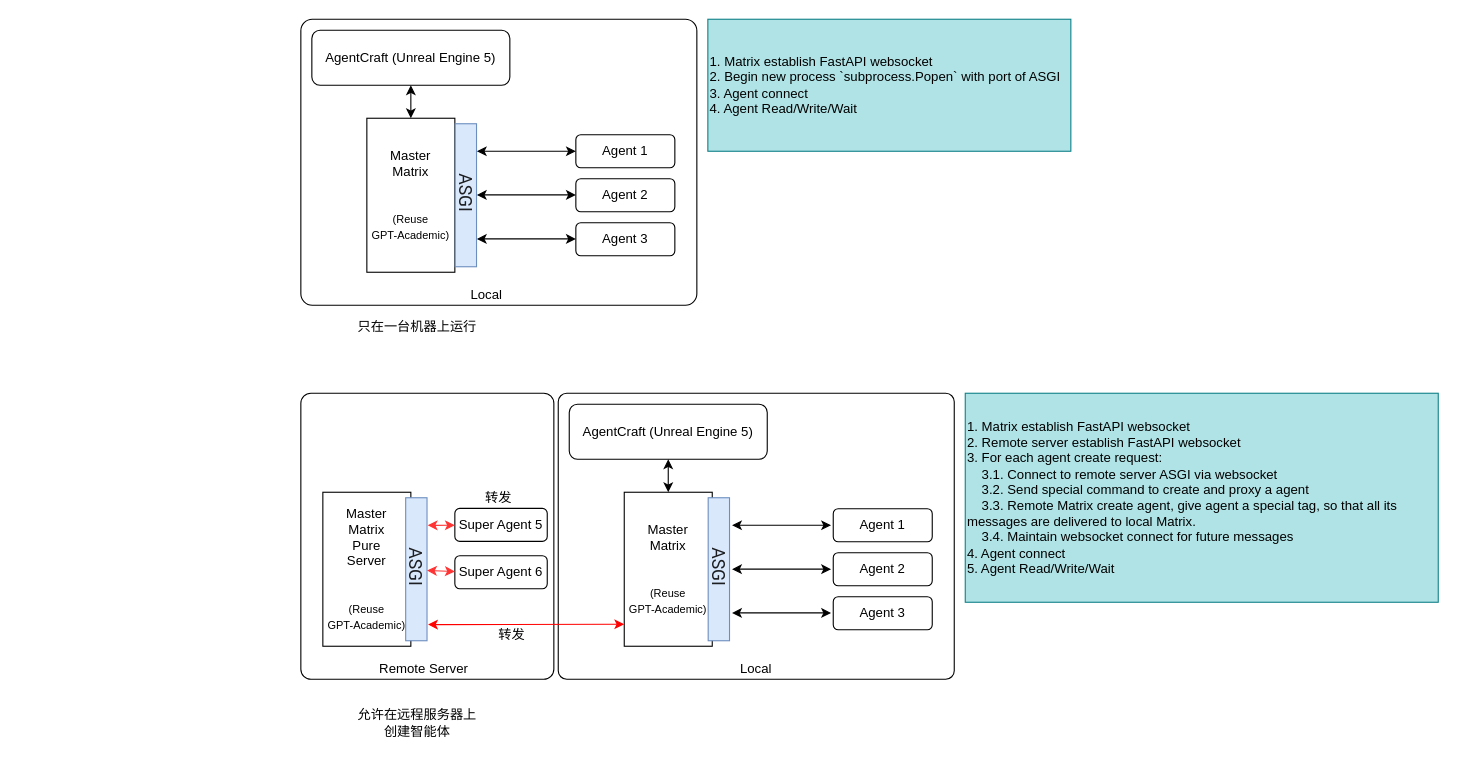
Above: agent-matrix.drawio in CAS-YiTeam/agent-matrix (draw.io), before the change. Source tidied: cells renumbered, new cells numbered last; positions are measured from the earlier drawing's top-left corner, leaving out a move shared by most shapes. Both pictures are drawn from the tidied source at 110%, with x=0, y=0 at pixel (300, 19).
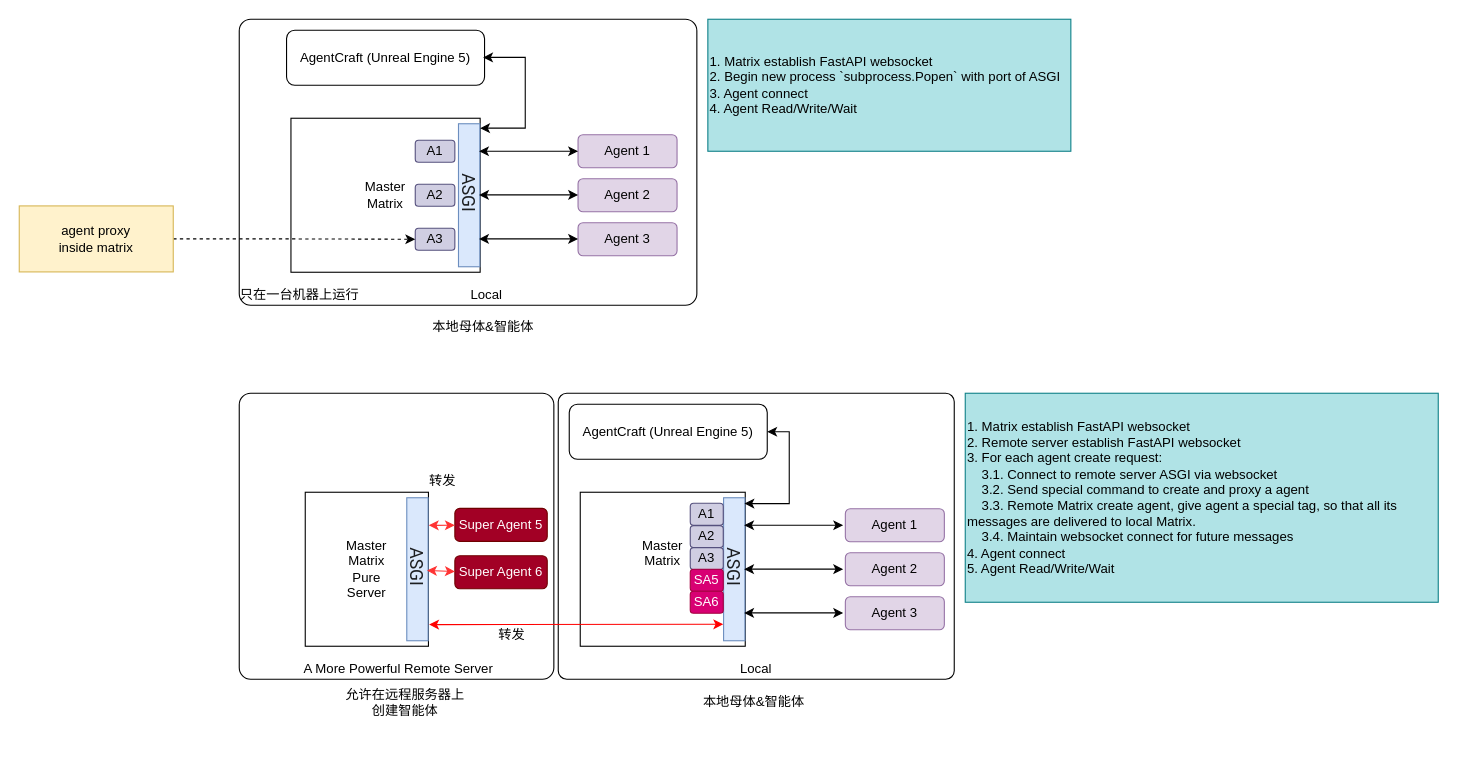
Above is the later version.

Unchanged cells that the change refers to:
```xml
<mxCell id="22" value="AgentCraft (Unreal Engine 5)" style="rounded=1;whiteSpace=wrap;html=1;" parent="1" vertex="1">
  <mxGeometry x="244" y="350" width="180" height="50" as="geometry" />
</mxCell>
```

Diff of the diagram source:
```diff
@@
     <mxCell id="2" style="rounded=1;whiteSpace=wrap;html=1;arcSize=4;" parent="1" vertex="1">
-      <mxGeometry width="360" height="260" as="geometry" />
+      <mxGeometry x="-56" width="416" height="260" as="geometry" />
     </mxCell>
-    <mxCell id="3" value="Agent 1" style="rounded=1;whiteSpace=wrap;html=1;" parent="1" vertex="1">
-      <mxGeometry x="250" y="105" width="90" height="30" as="geometry" />
+    <mxCell id="3" value="Agent 1" style="rounded=1;whiteSpace=wrap;html=1;fillColor=#e1d5e7;strokeColor=#9673a6;" parent="1" vertex="1">
+      <mxGeometry x="252" y="105" width="90" height="30" as="geometry" />
     </mxCell>
-    <mxCell id="4" value="Agent 2" style="rounded=1;whiteSpace=wrap;html=1;" parent="1" vertex="1">
-      <mxGeometry x="250" y="145" width="90" height="30" as="geometry" />
+    <mxCell id="4" value="Agent 2" style="rounded=1;whiteSpace=wrap;html=1;fillColor=#e1d5e7;strokeColor=#9673a6;" parent="1" vertex="1">
+      <mxGeometry x="252" y="145" width="90" height="30" as="geometry" />
     </mxCell>
-    <mxCell id="5" value="Agent 3" style="rounded=1;whiteSpace=wrap;html=1;" parent="1" vertex="1">
-      <mxGeometry x="250" y="185" width="90" height="30" as="geometry" />
+    <mxCell id="5" value="Agent 3" style="rounded=1;whiteSpace=wrap;html=1;fillColor=#e1d5e7;strokeColor=#9673a6;" parent="1" vertex="1">
+      <mxGeometry x="252" y="185" width="90" height="30" as="geometry" />
     </mxCell>
@@
-    <mxCell id="7" value="Master&lt;br&gt;Matrix&lt;br&gt;&lt;br&gt;&lt;br&gt;&lt;font style=&quot;font-size: 10px;&quot;&gt;(Reuse &lt;br&gt;GPT-Academic)&lt;/font&gt;" style="rounded=1;whiteSpace=wrap;html=1;arcSize=0;" parent="1" vertex="1">
-      <mxGeometry x="60" y="90" width="80" height="140" as="geometry" />
+    <mxCell id="7" value="Master&lt;br&gt;Matrix" style="rounded=1;whiteSpace=wrap;html=1;arcSize=0;" parent="1" vertex="1">
+      <mxGeometry x="-9" y="90" width="172" height="140" as="geometry" />
     </mxCell>
     <mxCell id="8" value="AgentCraft (Unreal Engine 5)" style="rounded=1;whiteSpace=wrap;html=1;" parent="1" vertex="1">
-      <mxGeometry x="10" y="10" width="180" height="50" as="geometry" />
+      <mxGeometry x="-13" y="10" width="180" height="50" as="geometry" />
     </mxCell>
-    <mxCell id="9" style="endArrow=classic;startArrow=classic;html=1;rounded=0;exitX=0.5;exitY=0;exitDx=0;exitDy=0;entryX=0.5;entryY=1;entryDx=0;entryDy=0;" parent="1" edge="1" source="7" target="8">
-      <mxGeometry relative="1" as="geometry" />
-    </mxCell>
     <mxCell id="10" value="&lt;span style=&quot;color: rgba(0, 0, 0, 0.87); font-family: Roboto, -apple-system, BlinkMacSystemFont, Helvetica, Arial, sans-serif; font-size: 16px; font-style: normal; font-variant-ligatures: normal; font-variant-caps: normal; font-weight: 400; letter-spacing: normal; orphans: 2; text-indent: 0px; text-transform: none; widows: 2; word-spacing: 0px; -webkit-text-stroke-width: 0px; text-decoration-thickness: initial; text-decoration-style: initial; text-decoration-color: initial; float: none; display: inline !important;&quot;&gt;ASGI&lt;span&gt;&amp;nbsp;&lt;/span&gt;&lt;/span&gt;" style="text;whiteSpace=wrap;html=1;align=center;fillColor=#dae8fc;strokeColor=#6c8ebf;rotation=90;verticalAlign=middle;labelBackgroundColor=none;" parent="1" vertex="1">
-      <mxGeometry x="85" y="150.3" width="130" height="19.4" as="geometry" />
+      <mxGeometry x="88" y="150.3" width="130" height="19.4" as="geometry" />
     </mxCell>
     <mxCell id="11" style="endArrow=classic;startArrow=classic;html=1;rounded=0;" parent="1" edge="1">
       <mxGeometry relative="1" as="geometry">
-        <mxPoint x="250" y="120" as="sourcePoint" />
-        <mxPoint x="160" y="120" as="targetPoint" />
+        <mxPoint x="252" y="120" as="sourcePoint" />
+        <mxPoint x="162" y="120" as="targetPoint" />
       </mxGeometry>
     </mxCell>
     <mxCell id="12" style="endArrow=classic;startArrow=classic;html=1;rounded=0;" parent="1" edge="1">
       <mxGeometry relative="1" as="geometry">
-        <mxPoint x="250" y="159.7" as="sourcePoint" />
-        <mxPoint x="160" y="159.7" as="targetPoint" />
+        <mxPoint x="252" y="159.7" as="sourcePoint" />
+        <mxPoint x="162" y="159.7" as="targetPoint" />
       </mxGeometry>
     </mxCell>
     <mxCell id="13" style="endArrow=classic;startArrow=classic;html=1;rounded=0;" parent="1" edge="1">
       <mxGeometry relative="1" as="geometry">
-        <mxPoint x="250" y="199.7" as="sourcePoint" />
-        <mxPoint x="160" y="199.7" as="targetPoint" />
+        <mxPoint x="252" y="199.7" as="sourcePoint" />
+        <mxPoint x="162" y="199.7" as="targetPoint" />
       </mxGeometry>
     </mxCell>
@@
     <mxCell id="15" style="rounded=1;whiteSpace=wrap;html=1;arcSize=4;" parent="1" vertex="1">
-      <mxGeometry y="340" width="230" height="260" as="geometry" />
+      <mxGeometry x="-56" y="340" width="286" height="260" as="geometry" />
     </mxCell>
-    <mxCell id="16" value="Agent 1" style="rounded=1;whiteSpace=wrap;html=1;" parent="1" vertex="1">
-      <mxGeometry x="484" y="445" width="90" height="30" as="geometry" />
+    <mxCell id="16" value="Agent 1" style="rounded=1;whiteSpace=wrap;html=1;fillColor=#e1d5e7;strokeColor=#9673a6;" parent="1" vertex="1">
+      <mxGeometry x="495" y="445" width="90" height="30" as="geometry" />
     </mxCell>
-    <mxCell id="17" value="Agent 2" style="rounded=1;whiteSpace=wrap;html=1;" parent="1" vertex="1">
-      <mxGeometry x="484" y="485" width="90" height="30" as="geometry" />
+    <mxCell id="17" value="Agent 2" style="rounded=1;whiteSpace=wrap;html=1;fillColor=#e1d5e7;strokeColor=#9673a6;" parent="1" vertex="1">
+      <mxGeometry x="495" y="485" width="90" height="30" as="geometry" />
     </mxCell>
-    <mxCell id="18" value="Agent 3" style="rounded=1;whiteSpace=wrap;html=1;" parent="1" vertex="1">
-      <mxGeometry x="484" y="525" width="90" height="30" as="geometry" />
+    <mxCell id="18" value="Agent 3" style="rounded=1;whiteSpace=wrap;html=1;fillColor=#e1d5e7;strokeColor=#9673a6;" parent="1" vertex="1">
+      <mxGeometry x="495" y="525" width="90" height="30" as="geometry" />
     </mxCell>
-    <mxCell id="19" value="&lt;span style=&quot;color: rgb(0, 0, 0); font-family: Helvetica; font-size: 12px; font-style: normal; font-variant-ligatures: normal; font-variant-caps: normal; font-weight: 400; letter-spacing: normal; orphans: 2; text-indent: 0px; text-transform: none; widows: 2; word-spacing: 0px; -webkit-text-stroke-width: 0px; text-decoration-thickness: initial; text-decoration-style: initial; text-decoration-color: initial; float: none; display: inline !important;&quot;&gt;Remote Server&lt;/span&gt;" style="text;whiteSpace=wrap;html=1;align=center;labelBackgroundColor=none;verticalAlign=middle;" parent="1" vertex="1">
-      <mxGeometry x="57" y="576" width="110" height="30" as="geometry" />
+    <mxCell id="19" value="&lt;span style=&quot;color: rgb(0, 0, 0); font-family: Helvetica; font-size: 12px; font-style: normal; font-variant-ligatures: normal; font-variant-caps: normal; font-weight: 400; letter-spacing: normal; orphans: 2; text-indent: 0px; text-transform: none; widows: 2; word-spacing: 0px; -webkit-text-stroke-width: 0px; text-decoration-thickness: initial; text-decoration-style: initial; text-decoration-color: initial; float: none; display: inline !important;&quot;&gt;A More Powerful Remote Server&lt;/span&gt;" style="text;whiteSpace=wrap;html=1;align=center;labelBackgroundColor=none;verticalAlign=middle;" parent="1" vertex="1">
+      <mxGeometry x="-6" y="576" width="190" height="30" as="geometry" />
     </mxCell>
@@
-    <mxCell id="21" value="Master&lt;br&gt;Matrix&lt;br&gt;&lt;br&gt;&lt;br&gt;&lt;font style=&quot;font-size: 10px;&quot;&gt;(Reuse &lt;br&gt;GPT-Academic)&lt;/font&gt;" style="rounded=1;whiteSpace=wrap;html=1;arcSize=0;" parent="1" vertex="1">
-      <mxGeometry x="294" y="430" width="80" height="140" as="geometry" />
+    <mxCell id="21" value="Master&lt;br&gt;Matrix&lt;br&gt;&lt;br&gt;&lt;br&gt;" style="rounded=1;whiteSpace=wrap;html=1;arcSize=0;" parent="1" vertex="1">
+      <mxGeometry x="254" y="430" width="150" height="140" as="geometry" />
     </mxCell>
@@
-    <mxCell id="23" style="endArrow=classic;startArrow=classic;html=1;rounded=0;exitX=0.5;exitY=0;exitDx=0;exitDy=0;entryX=0.5;entryY=1;entryDx=0;entryDy=0;" parent="1" edge="1" source="21" target="22">
-      <mxGeometry relative="1" as="geometry" />
-    </mxCell>
     <mxCell id="24" value="&lt;span style=&quot;color: rgba(0, 0, 0, 0.87); font-family: Roboto, -apple-system, BlinkMacSystemFont, Helvetica, Arial, sans-serif; font-size: 16px; font-style: normal; font-variant-ligatures: normal; font-variant-caps: normal; font-weight: 400; letter-spacing: normal; orphans: 2; text-indent: 0px; text-transform: none; widows: 2; word-spacing: 0px; -webkit-text-stroke-width: 0px; text-decoration-thickness: initial; text-decoration-style: initial; text-decoration-color: initial; float: none; display: inline !important;&quot;&gt;ASGI&lt;span&gt;&amp;nbsp;&lt;/span&gt;&lt;/span&gt;" style="text;whiteSpace=wrap;html=1;align=center;fillColor=#dae8fc;strokeColor=#6c8ebf;rotation=90;verticalAlign=middle;labelBackgroundColor=none;" parent="1" vertex="1">
-      <mxGeometry x="315" y="490.3" width="130" height="19.4" as="geometry" />
+      <mxGeometry x="329" y="490.3" width="130" height="19.4" as="geometry" />
     </mxCell>
     <mxCell id="25" style="endArrow=classic;startArrow=classic;html=1;rounded=0;" parent="1" edge="1">
       <mxGeometry relative="1" as="geometry">
-        <mxPoint x="482" y="460" as="sourcePoint" />
-        <mxPoint x="392" y="460" as="targetPoint" />
+        <mxPoint x="493" y="460" as="sourcePoint" />
+        <mxPoint x="403" y="460" as="targetPoint" />
       </mxGeometry>
     </mxCell>
     <mxCell id="26" style="endArrow=classic;startArrow=classic;html=1;rounded=0;" parent="1" edge="1">
       <mxGeometry relative="1" as="geometry">
-        <mxPoint x="482" y="499.9" as="sourcePoint" />
-        <mxPoint x="392" y="499.9" as="targetPoint" />
+        <mxPoint x="493" y="499.9" as="sourcePoint" />
+        <mxPoint x="403" y="499.9" as="targetPoint" />
       </mxGeometry>
     </mxCell>
     <mxCell id="27" style="endArrow=classic;startArrow=classic;html=1;rounded=0;" parent="1" edge="1">
       <mxGeometry relative="1" as="geometry">
-        <mxPoint x="482" y="539.7" as="sourcePoint" />
-        <mxPoint x="392" y="539.7" as="targetPoint" />
+        <mxPoint x="493" y="539.7" as="sourcePoint" />
+        <mxPoint x="403" y="539.7" as="targetPoint" />
       </mxGeometry>
     </mxCell>
-    <mxCell id="28" style="endArrow=classic;startArrow=classic;html=1;rounded=0;entryX=0.887;entryY=-0.048;entryDx=0;entryDy=0;exitX=0;exitY=0.5;exitDx=0;exitDy=0;strokeColor=#FF0000;entryPerimeter=0;" parent="1" edge="1" target="36">
-      <mxGeometry relative="1" as="geometry">
-        <mxPoint x="294" y="550" as="sourcePoint" />
-      </mxGeometry>
+    <mxCell id="28" style="endArrow=classic;startArrow=classic;html=1;rounded=0;entryX=0.887;entryY=-0.048;entryDx=0;entryDy=0;exitX=0.885;exitY=1.016;exitDx=0;exitDy=0;strokeColor=#FF0000;entryPerimeter=0;exitPerimeter=0;" parent="1" edge="1" source="24" target="36">
+      <mxGeometry relative="1" as="geometry" />
     </mxCell>
     <mxCell id="29" value="只在一台机器上运行" style="text;whiteSpace=wrap;html=1;align=center;labelBackgroundColor=none;verticalAlign=middle;" parent="1" vertex="1">
-      <mxGeometry x="51" y="270" width="110" height="20" as="geometry" />
+      <mxGeometry x="-56" y="241" width="110" height="20" as="geometry" />
     </mxCell>
     <mxCell id="30" value="允许在远程服务器上&lt;br&gt;创建智能体" style="text;whiteSpace=wrap;html=1;align=center;labelBackgroundColor=none;verticalAlign=middle;" parent="1" vertex="1">
-      <mxGeometry x="38" y="620" width="136" height="40" as="geometry" />
+      <mxGeometry x="27" y="601" width="136" height="40" as="geometry" />
     </mxCell>
@@
-    <mxCell id="33" value="Master&lt;br&gt;Matrix&lt;br&gt;Pure&lt;br&gt;Server&lt;br&gt;&lt;br&gt;&lt;br&gt;&lt;font style=&quot;font-size: 10px;&quot;&gt;(Reuse &lt;br&gt;GPT-Academic)&lt;/font&gt;" style="rounded=1;whiteSpace=wrap;html=1;arcSize=0;" parent="1" vertex="1">
-      <mxGeometry x="20" y="430" width="80" height="140" as="geometry" />
+    <mxCell id="33" value="Master&lt;br&gt;Matrix&lt;br&gt;Pure&lt;br&gt;Server&lt;br&gt;" style="rounded=1;whiteSpace=wrap;html=1;arcSize=0;" parent="1" vertex="1">
+      <mxGeometry x="4" y="430" width="112" height="140" as="geometry" />
     </mxCell>
-    <mxCell id="34" value="Super Agent 5" style="rounded=1;whiteSpace=wrap;html=1;" parent="1" vertex="1">
+    <mxCell id="34" value="Super Agent 5" style="rounded=1;whiteSpace=wrap;html=1;fillColor=#a20025;fontColor=#ffffff;strokeColor=#6F0000;" parent="1" vertex="1">
       <mxGeometry x="140" y="444.7" width="84" height="30" as="geometry" />
     </mxCell>
-    <mxCell id="35" value="Super Agent 6" style="rounded=1;whiteSpace=wrap;html=1;" parent="1" vertex="1">
+    <mxCell id="35" value="Super Agent 6" style="rounded=1;whiteSpace=wrap;html=1;fillColor=#a20025;fontColor=#ffffff;strokeColor=#6F0000;" parent="1" vertex="1">
       <mxGeometry x="140" y="487.7" width="84" height="30" as="geometry" />
     </mxCell>
     <mxCell id="36" value="&lt;span style=&quot;color: rgba(0, 0, 0, 0.87); font-family: Roboto, -apple-system, BlinkMacSystemFont, Helvetica, Arial, sans-serif; font-size: 16px; font-style: normal; font-variant-ligatures: normal; font-variant-caps: normal; font-weight: 400; letter-spacing: normal; orphans: 2; text-indent: 0px; text-transform: none; widows: 2; word-spacing: 0px; -webkit-text-stroke-width: 0px; text-decoration-thickness: initial; text-decoration-style: initial; text-decoration-color: initial; float: none; display: inline !important;&quot;&gt;ASGI&lt;span&gt;&amp;nbsp;&lt;/span&gt;&lt;/span&gt;" style="text;whiteSpace=wrap;html=1;align=center;fillColor=#dae8fc;strokeColor=#6c8ebf;rotation=90;verticalAlign=middle;labelBackgroundColor=none;" parent="1" vertex="1">
-      <mxGeometry x="40" y="490.3" width="130" height="19.4" as="geometry" />
+      <mxGeometry x="41" y="490.3" width="130" height="19.4" as="geometry" />
     </mxCell>
@@
     <mxCell id="39" value="转发" style="text;whiteSpace=wrap;html=1;align=center;labelBackgroundColor=none;verticalAlign=middle;" parent="1" vertex="1">
-      <mxGeometry x="155" y="425" width="50" height="20" as="geometry" />
+      <mxGeometry x="104" y="410" width="50" height="20" as="geometry" />
     </mxCell>
@@
+    <mxCell id="41" value="A1" style="rounded=1;whiteSpace=wrap;html=1;fillColor=#d0cee2;strokeColor=#56517e;" parent="1" vertex="1">
+      <mxGeometry x="104" y="110" width="36" height="20" as="geometry" />
+    </mxCell>
+    <mxCell id="42" value="A2" style="rounded=1;whiteSpace=wrap;html=1;fillColor=#d0cee2;strokeColor=#56517e;" parent="1" vertex="1">
+      <mxGeometry x="104" y="150" width="36" height="20" as="geometry" />
+    </mxCell>
+    <mxCell id="43" value="A3" style="rounded=1;whiteSpace=wrap;html=1;fillColor=#d0cee2;strokeColor=#56517e;" parent="1" vertex="1">
+      <mxGeometry x="104" y="190" width="36" height="20" as="geometry" />
+    </mxCell>
+    <mxCell id="44" style="edgeStyle=orthogonalEdgeStyle;rounded=0;jettySize=auto;html=1;exitX=1;exitY=0.5;exitDx=0;exitDy=0;entryX=0;entryY=0.5;entryDx=0;entryDy=0;dashed=1;" parent="1" edge="1" source="45" target="43">
+      <mxGeometry relative="1" as="geometry" />
+    </mxCell>
+    <mxCell id="45" value="agent proxy&lt;br&gt;inside matrix" style="text;html=1;strokeColor=#d6b656;fillColor=#fff2cc;align=center;verticalAlign=middle;whiteSpace=wrap;rounded=0;" parent="1" vertex="1">
+      <mxGeometry x="-256" y="169.7" width="140" height="60" as="geometry" />
+    </mxCell>
+    <mxCell id="46" value="A1" style="rounded=1;whiteSpace=wrap;html=1;fillColor=#d0cee2;strokeColor=#56517e;" parent="1" vertex="1">
+      <mxGeometry x="354" y="440" width="30" height="20" as="geometry" />
+    </mxCell>
+    <mxCell id="47" value="A2" style="rounded=1;whiteSpace=wrap;html=1;fillColor=#d0cee2;strokeColor=#56517e;" parent="1" vertex="1">
+      <mxGeometry x="354" y="460.3" width="30" height="20" as="geometry" />
+    </mxCell>
+    <mxCell id="48" value="A3" style="rounded=1;whiteSpace=wrap;html=1;fillColor=#d0cee2;strokeColor=#56517e;" parent="1" vertex="1">
+      <mxGeometry x="354" y="480.3" width="30" height="20" as="geometry" />
+    </mxCell>
+    <mxCell id="49" value="SA5" style="rounded=1;whiteSpace=wrap;html=1;fillColor=#d80073;strokeColor=#A50040;fontColor=#ffffff;" parent="1" vertex="1">
+      <mxGeometry x="354" y="500" width="30" height="20" as="geometry" />
+    </mxCell>
+    <mxCell id="50" value="SA6" style="rounded=1;whiteSpace=wrap;html=1;fillColor=#d80073;strokeColor=#A50040;fontColor=#ffffff;" parent="1" vertex="1">
+      <mxGeometry x="354" y="520" width="30" height="20" as="geometry" />
+    </mxCell>
+    <mxCell id="51" style="edgeStyle=orthogonalEdgeStyle;rounded=0;jettySize=auto;html=1;exitX=1;exitY=0.5;exitDx=0;exitDy=0;entryX=0.041;entryY=0.021;entryDx=0;entryDy=0;entryPerimeter=0;startArrow=classic;startFill=1;" parent="1" edge="1" source="22" target="24">
+      <mxGeometry relative="1" as="geometry">
+        <Array as="points">
+          <mxPoint x="444" y="375" />
+          <mxPoint x="444" y="440" />
+          <mxPoint x="403" y="440" />
+        </Array>
+      </mxGeometry>
+    </mxCell>
+    <mxCell id="52" style="edgeStyle=orthogonalEdgeStyle;rounded=0;orthogonalLoop=1;jettySize=auto;html=1;exitX=0.993;exitY=0.613;exitDx=0;exitDy=0;entryX=0.041;entryY=0.021;entryDx=0;entryDy=0;entryPerimeter=0;startArrow=classic;startFill=1;exitPerimeter=0;" parent="1" edge="1">
+      <mxGeometry relative="1" as="geometry">
+        <mxPoint x="165.7" y="34.7" as="sourcePoint" />
+        <mxPoint x="163" y="99" as="targetPoint" />
+        <Array as="points">
+          <mxPoint x="204" y="35" />
+          <mxPoint x="204" y="99" />
+        </Array>
+      </mxGeometry>
+    </mxCell>
+    <mxCell id="53" value="本地母体&amp;amp;智能体" style="text;whiteSpace=wrap;html=1;align=center;labelBackgroundColor=none;verticalAlign=middle;" parent="1" vertex="1">
+      <mxGeometry x="344" y="601" width="136" height="40" as="geometry" />
+    </mxCell>
+    <mxCell id="54" value="本地母体&amp;amp;智能体" style="text;whiteSpace=wrap;html=1;align=center;labelBackgroundColor=none;verticalAlign=middle;" parent="1" vertex="1">
+      <mxGeometry x="98" y="260" width="136" height="40" as="geometry" />
+    </mxCell>
```
